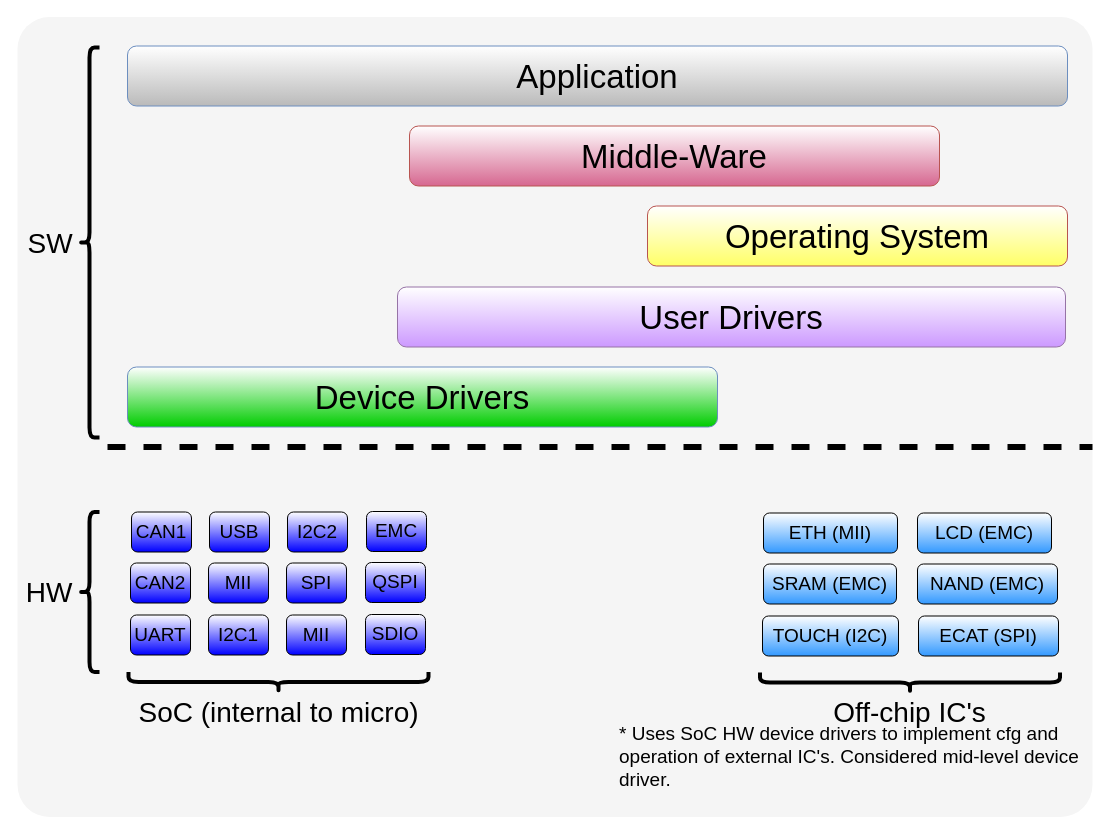
Above: page "SW_Model_2018_19" (2 of 4) of eLink2/anatomy_fw2.drawio in vkeiper/flowcharts (draw.io), before the change. Source tidied: cells renumbered, new cells numbered last; positions are measured from the earlier drawing's top-left corner, leaving out a move shared by most shapes. Both pictures are drawn from the tidied source at 100%, with x=0, y=0 at pixel (17, 17).
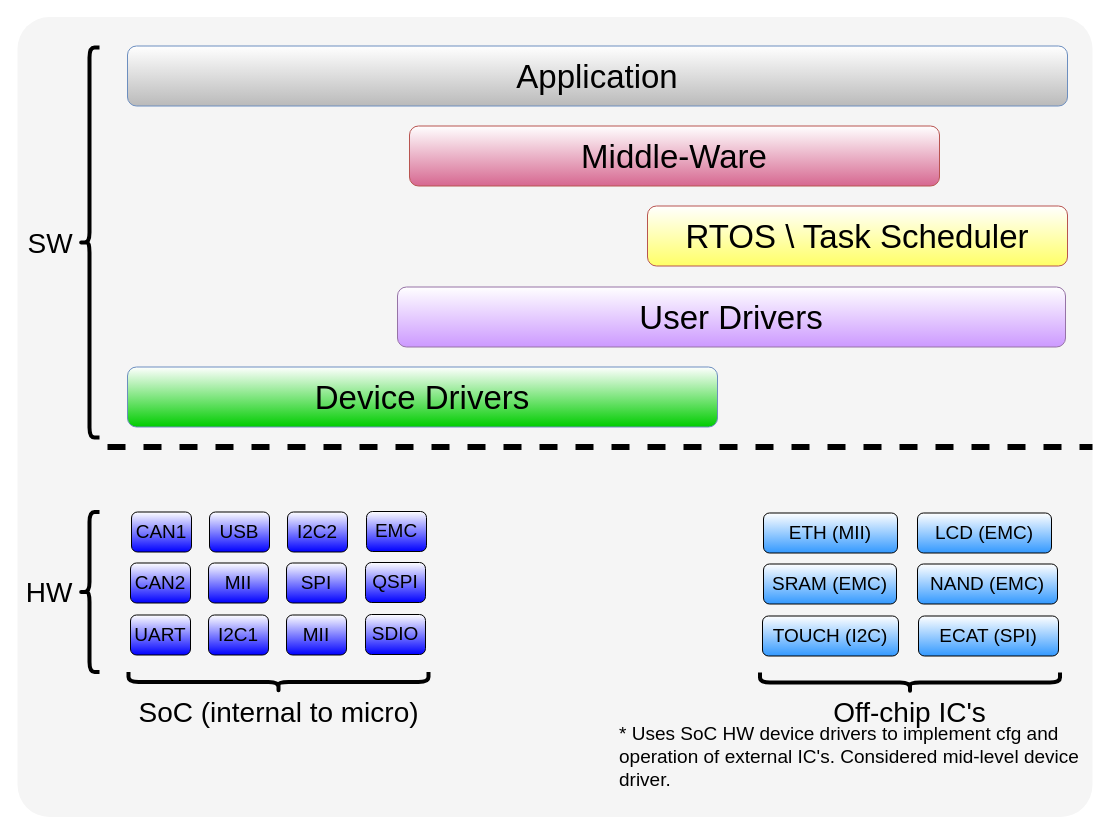
The same diagram, later.

What changed in the source:
```diff
@@
-    <mxCell id="5" value="&lt;font style=&quot;font-size: 33px&quot;&gt;Operating System&lt;/font&gt;" style="rounded=1;whiteSpace=wrap;html=1;shadow=0;strokeColor=#b85450;fillColor=#FFFF66;gradientDirection=north;gradientColor=#ffffff;" parent="1" vertex="1">
+    <mxCell id="5" value="&lt;font style=&quot;font-size: 33px&quot;&gt;RTOS \ Task Scheduler&lt;/font&gt;" style="rounded=1;whiteSpace=wrap;html=1;shadow=0;strokeColor=#b85450;fillColor=#FFFF66;gradientDirection=north;gradientColor=#ffffff;" parent="1" vertex="1">
       <mxGeometry x="630" y="188.5" width="420" height="60" as="geometry" />
     </mxCell>
```
